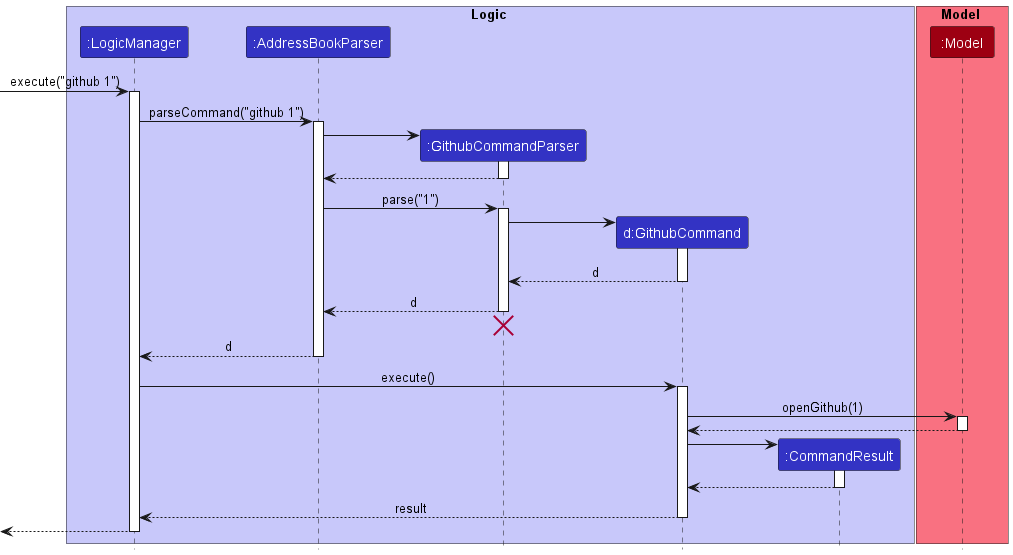
Earlier version of the PlantUML export docs/images/GithubCommandSequenceDiagram.png (nus-cs2103-AY2223S1/tp). Its diagram source:
```plantuml
@startuml
!include style.puml

box Logic LOGIC_COLOR_T1
participant ":LogicManager" as LogicManager LOGIC_COLOR
participant ":AddressBookParser" as AddressBookParser LOGIC_COLOR
participant ":GithubCommandParser" as GithubCommandParser LOGIC_COLOR
participant "d:GithubCommand" as GithubCommand LOGIC_COLOR
participant ":CommandResult" as CommandResult LOGIC_COLOR
end box

box Model MODEL_COLOR_T1
participant ":Model" as Model MODEL_COLOR
end box

[-> LogicManager : execute("github 1")
activate LogicManager

LogicManager -> AddressBookParser : parseCommand("github 1")
activate AddressBookParser

create GithubCommandParser
AddressBookParser -> GithubCommandParser
activate GithubCommandParser

GithubCommandParser --> AddressBookParser
deactivate GithubCommandParser

AddressBookParser -> GithubCommandParser : parse("1")
activate GithubCommandParser

create GithubCommand
GithubCommandParser -> GithubCommand
activate GithubCommand

GithubCommand --> GithubCommandParser : d
deactivate GithubCommand

GithubCommandParser --> AddressBookParser : d
deactivate GithubCommandParser
GithubCommandParser -[hidden]-> AddressBookParser
destroy GithubCommandParser

AddressBookParser --> LogicManager : d
deactivate AddressBookParser

LogicManager -> GithubCommand : execute()
activate GithubCommand

GithubCommand -> Model : openGithub(1)
activate Model

Model --> GithubCommand
deactivate Model

create CommandResult
GithubCommand -> CommandResult
activate CommandResult

CommandResult --> GithubCommand
deactivate CommandResult

GithubCommand --> LogicManager : result
deactivate GithubCommand

[<--LogicManager
deactivate LogicManager
@enduml
```
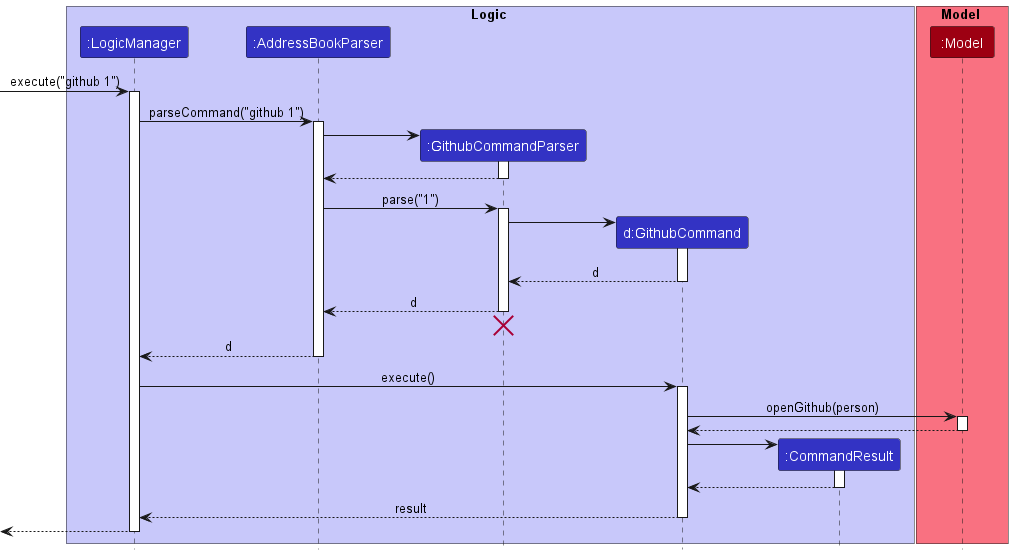
Above is the later version.

Diff of the diagram source:
```diff
@@ -47,7 +47,7 @@
 LogicManager -> GithubCommand : execute()
 activate GithubCommand
 
-GithubCommand -> Model : openGithub(1)
+GithubCommand -> Model : openGithub(person)
 activate Model
 
 Model --> GithubCommand
```
